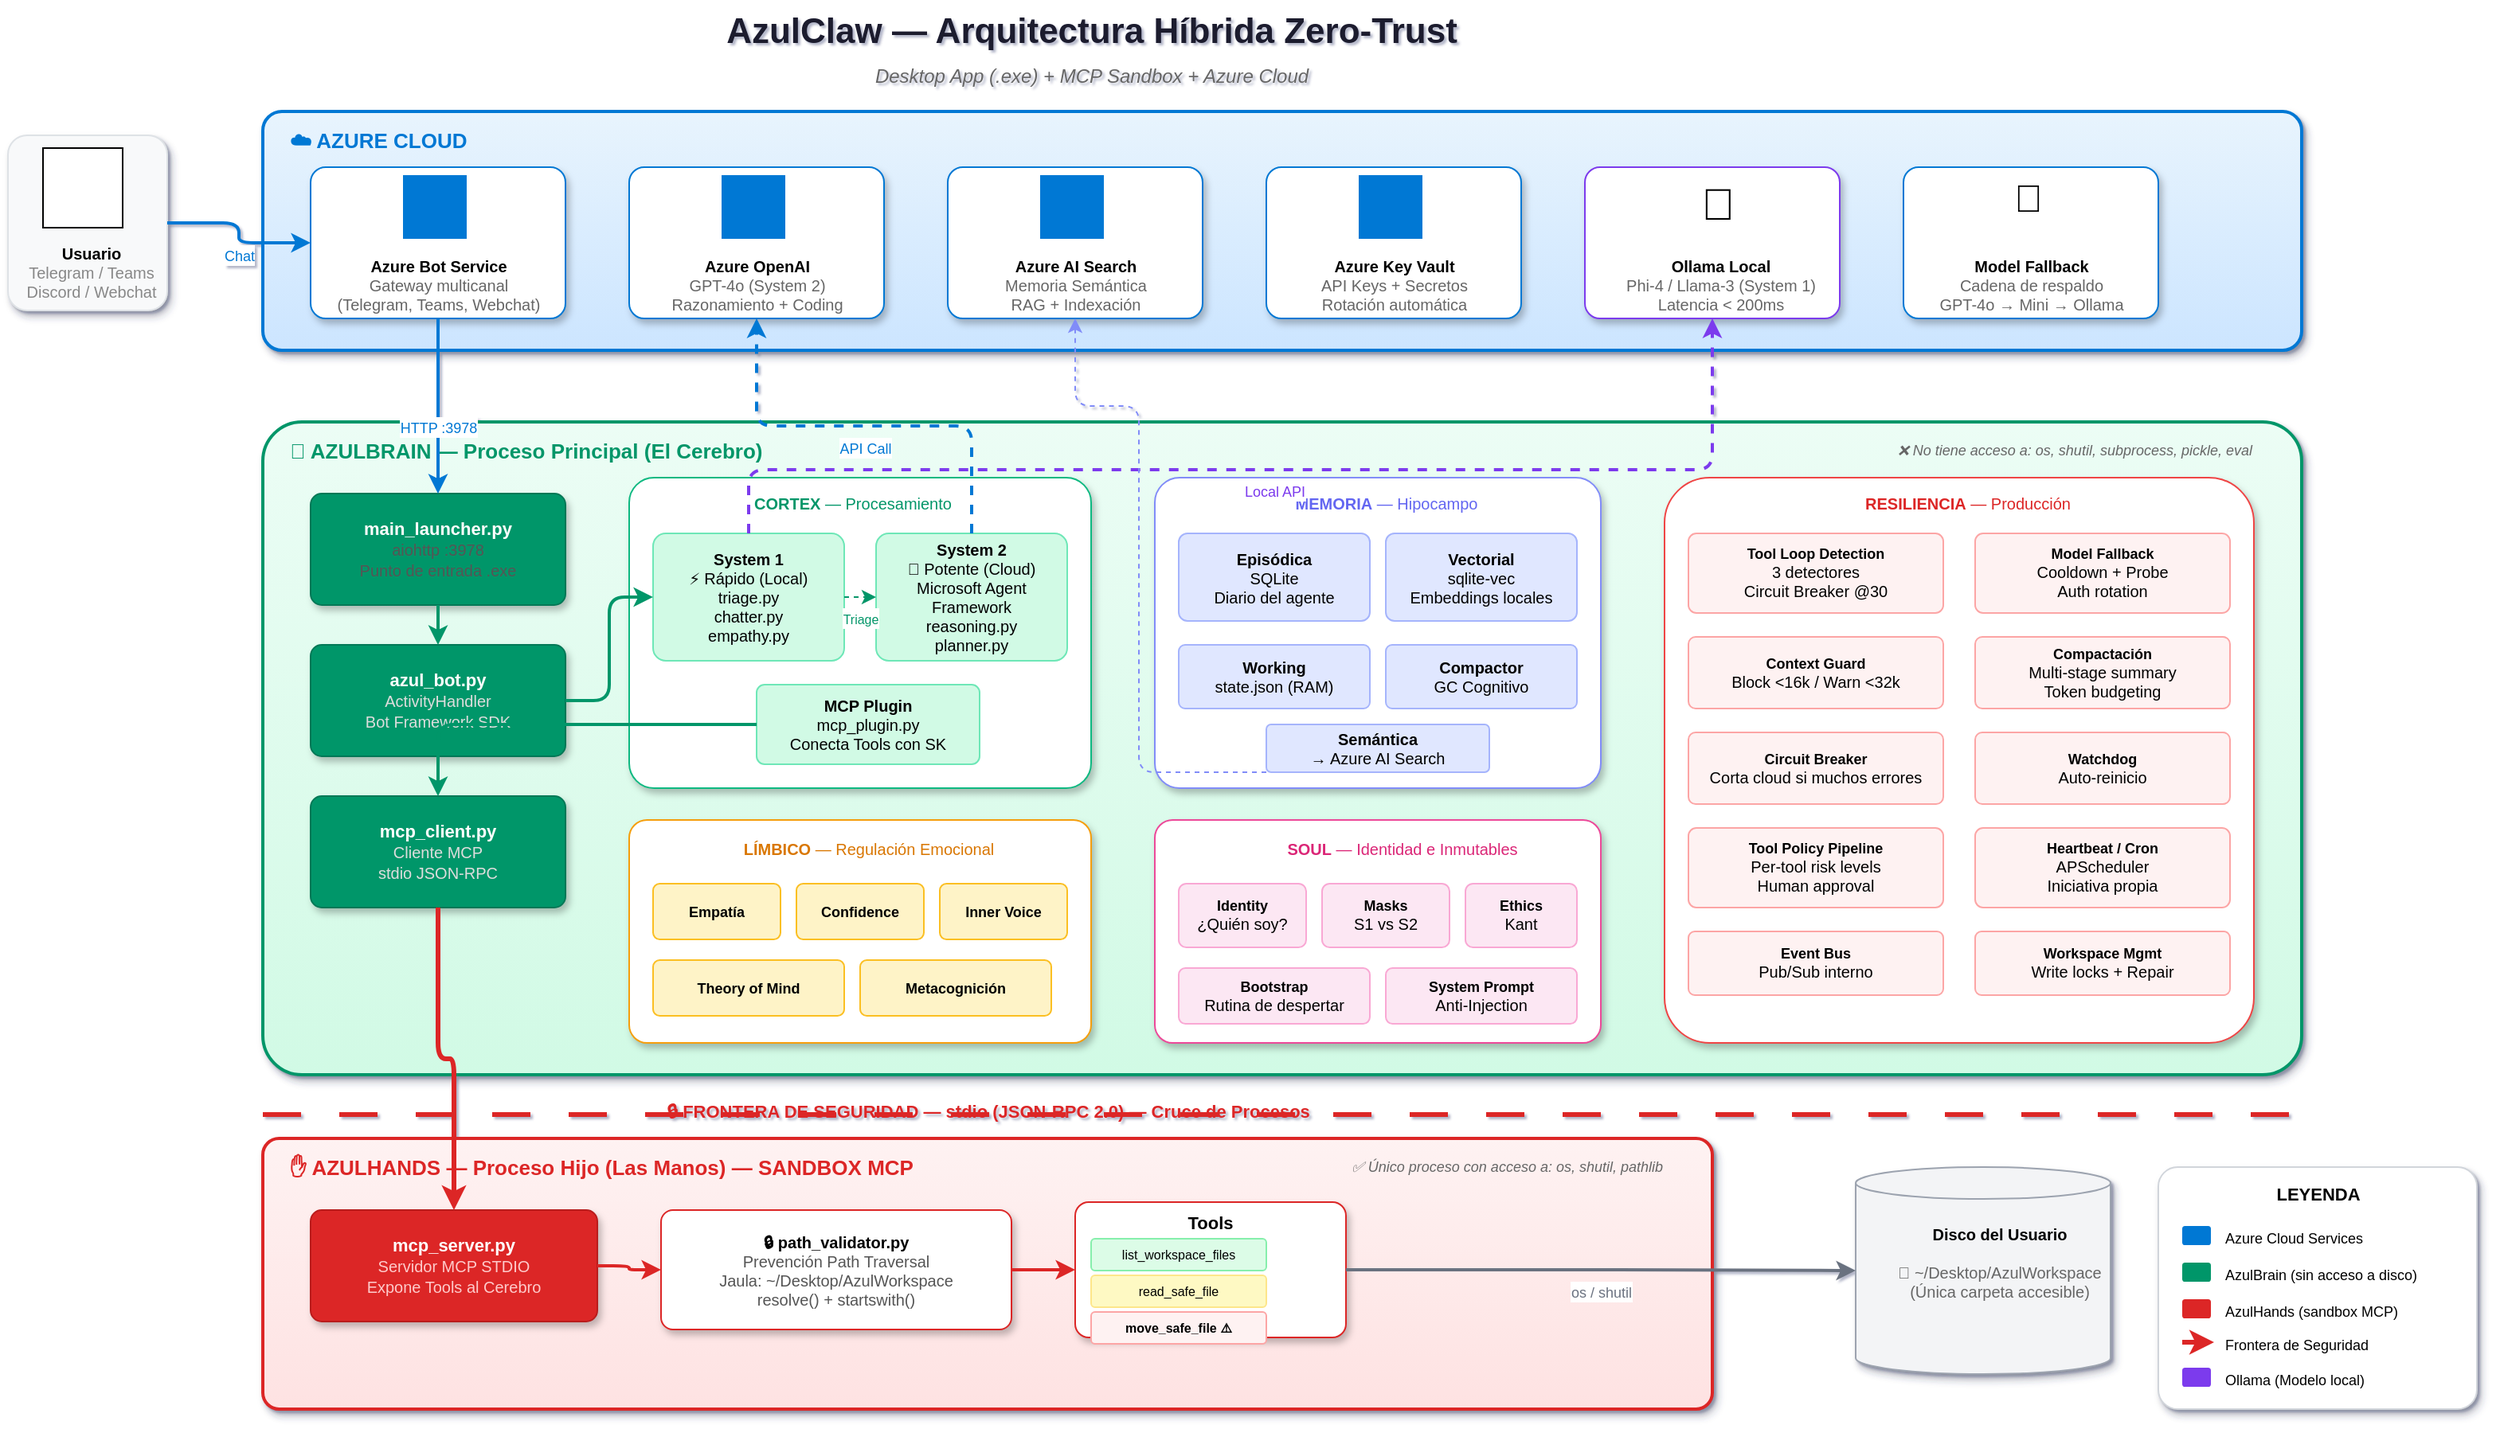
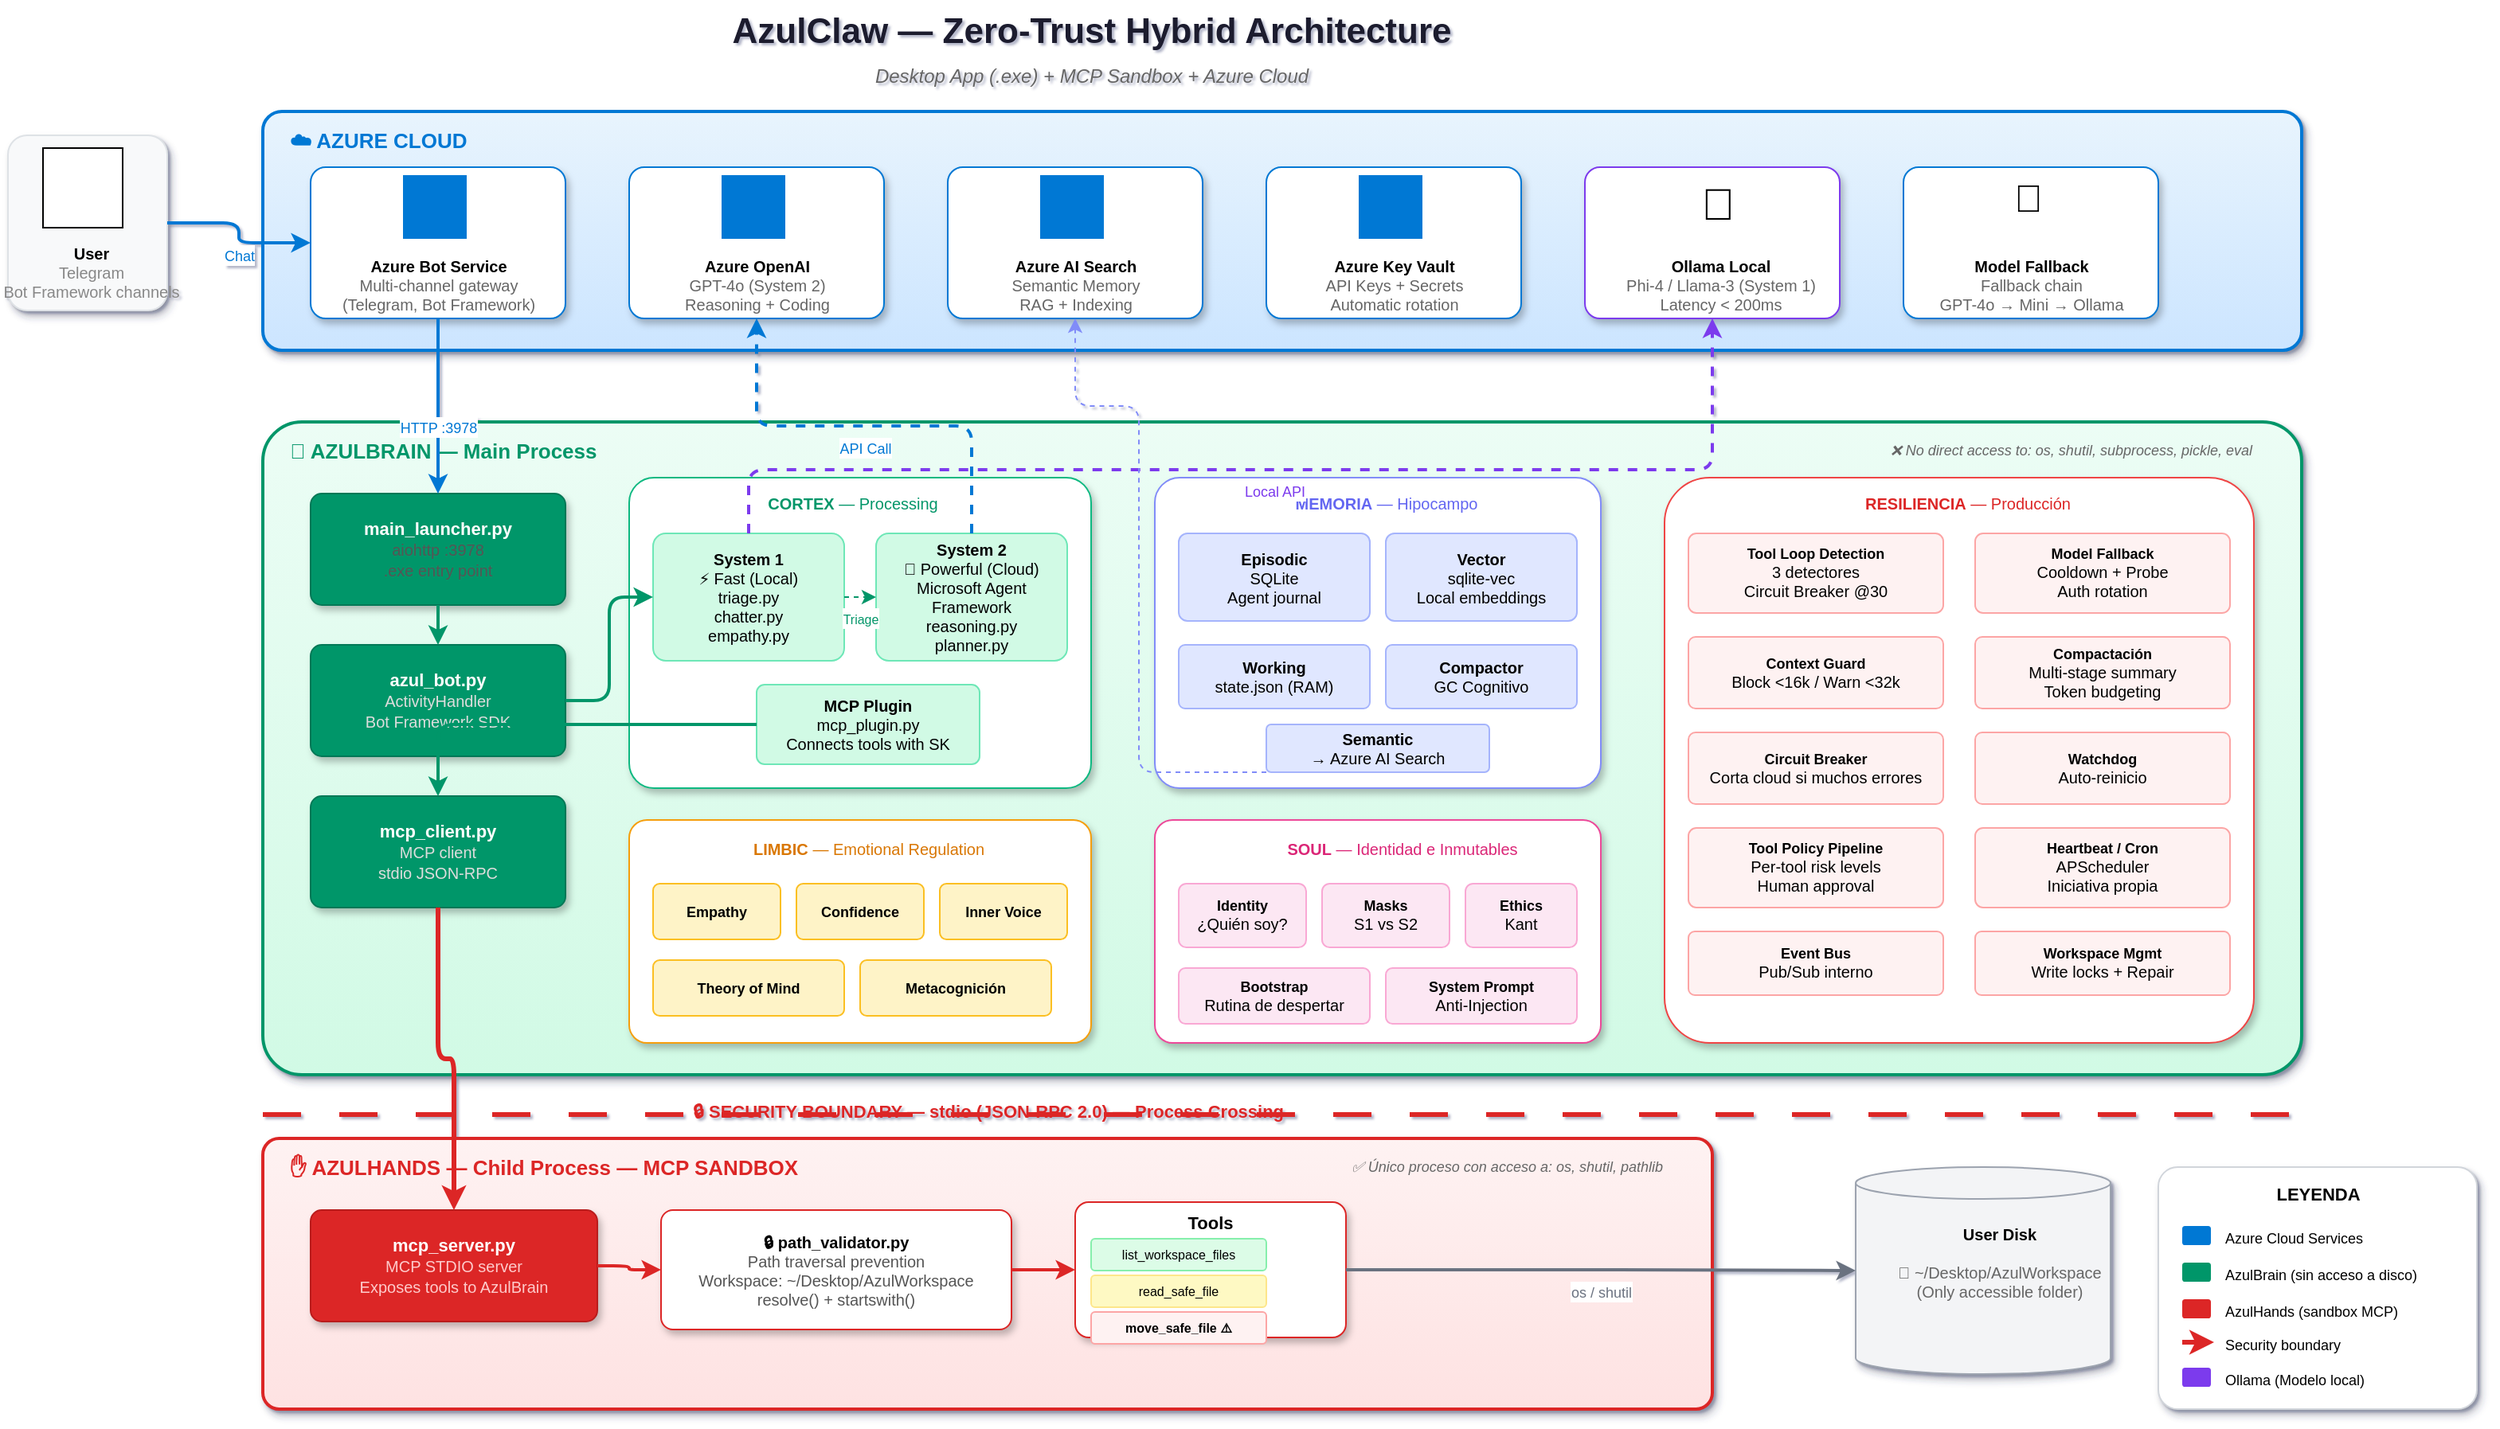
﻿<mxfile host="app.diagrams.net" modified="2026-02-23T19:00:00.000Z" agent="AzulClaw" version="24.0.0" type="device">
-   <diagram id="azulclaw-v2" name="Arquitectura AzulClaw v2">
+   <diagram id="azulclaw-v2" name="AzulClaw Architecture v2">
    <mxGraphModel dx="1550" dy="880" grid="1" gridSize="10" guides="1" tooltips="1" connect="1" arrows="1" fold="1" page="1" pageScale="1" pageWidth="1700" pageHeight="1200" math="0" shadow="1">
      <root>
        <mxCell id="0" />
        <mxCell id="1" parent="0" />

-         <!-- ==================== TITULO ==================== -->
-         <mxCell id="title" value="AzulClaw — Arquitectura Híbrida Zero-Trust" style="text;html=1;align=center;verticalAlign=middle;resizable=0;points=[];autosize=1;strokeColor=none;fillColor=none;fontSize=22;fontStyle=1;fontColor=#1a1a2e;" vertex="1" parent="1">
+         <!-- ==================== TITLE ==================== -->
+         <mxCell id="title" value="AzulClaw — Zero-Trust Hybrid Architecture" style="text;html=1;align=center;verticalAlign=middle;resizable=0;points=[];autosize=1;strokeColor=none;fillColor=none;fontSize=22;fontStyle=1;fontColor=#1a1a2e;" vertex="1" parent="1">
          <mxGeometry x="470" y="15" width="500" height="40" as="geometry" />
        </mxCell>
        <mxCell id="subtitle" value="Desktop App (.exe) + MCP Sandbox + Azure Cloud" style="text;html=1;align=center;verticalAlign=middle;resizable=0;points=[];autosize=1;strokeColor=none;fillColor=none;fontSize=12;fontColor=#666666;fontStyle=2;" vertex="1" parent="1">
          <mxGeometry x="535" y="50" width="370" height="25" as="geometry" />
        </mxCell>

-         <!-- ==================== USUARIO ==================== -->
+         <!-- ==================== USER ==================== -->
        <mxCell id="user_box" value="" style="rounded=1;whiteSpace=wrap;html=1;fillColor=#f8f9fa;strokeColor=#dee2e6;shadow=1;arcSize=12;" vertex="1" parent="1">
          <mxGeometry x="40" y="100" width="100" height="110" as="geometry" />
        </mxCell>
        <mxCell id="user_icon" value="" style="outlineConnect=0;dashed=0;verticalLabelPosition=bottom;verticalAlign=top;align=center;html=1;shape=mxgraph.azure2.user;" vertex="1" parent="1">
          <mxGeometry x="62" y="108" width="50" height="50" as="geometry" />
        </mxCell>
-         <mxCell id="user_label" value="&lt;b&gt;Usuario&lt;/b&gt;&lt;br&gt;&lt;font size=&quot;1&quot; color=&quot;#888&quot;&gt;Telegram / Teams&lt;br&gt;Discord / Webchat&lt;/font&gt;" style="text;html=1;align=center;verticalAlign=top;resizable=0;points=[];autosize=1;strokeColor=none;fillColor=none;fontSize=10;" vertex="1" parent="1">
+         <mxCell id="user_label" value="&lt;b&gt;User&lt;/b&gt;&lt;br&gt;&lt;font size=&quot;1&quot; color=&quot;#888&quot;&gt;Telegram&lt;br&gt;Bot Framework channels&lt;/font&gt;" style="text;html=1;align=center;verticalAlign=top;resizable=0;points=[];autosize=1;strokeColor=none;fillColor=none;fontSize=10;" vertex="1" parent="1">
          <mxGeometry x="42" y="162" width="100" height="50" as="geometry" />
        </mxCell>

-         <!-- ==================== CAPA 1: AZURE CLOUD ==================== -->
+         <!-- ==================== LAYER 1: AZURE CLOUD ==================== -->
        <mxCell id="cloud_bg" value="" style="rounded=1;whiteSpace=wrap;html=1;fillColor=#e8f4fd;strokeColor=#0078D4;shadow=1;arcSize=8;strokeWidth=2;gradientColor=#cce5ff;gradientDirection=south;" vertex="1" parent="1">
          <mxGeometry x="200" y="85" width="1280" height="150" as="geometry" />
        </mxCell>
        <mxCell id="cloud_label" value="&lt;font color=&quot;#0078D4&quot;&gt;☁️ AZURE CLOUD&lt;/font&gt;" style="text;html=1;align=left;verticalAlign=middle;resizable=0;points=[];autosize=1;strokeColor=none;fillColor=none;fontSize=13;fontStyle=1;" vertex="1" parent="1">
          <mxGeometry x="215" y="90" width="140" height="25" as="geometry" />
        </mxCell>

        <!-- Azure Bot Service -->
        <mxCell id="az_bot_bg" value="" style="rounded=1;whiteSpace=wrap;html=1;fillColor=#ffffff;strokeColor=#0078D4;shadow=1;arcSize=10;" vertex="1" parent="1">
          <mxGeometry x="230" y="120" width="160" height="95" as="geometry" />
        </mxCell>
        <mxCell id="az_bot_icon" value="" style="outlineConnect=0;dashed=0;verticalLabelPosition=bottom;verticalAlign=top;align=center;html=1;shape=mxgraph.azure2.ai_machine_learning.Bot_Services;fillColor=#0078D4;strokeColor=none;" vertex="1" parent="1">
          <mxGeometry x="288" y="125" width="40" height="40" as="geometry" />
        </mxCell>
-         <mxCell id="az_bot_text" value="&lt;b&gt;Azure Bot Service&lt;/b&gt;&lt;br&gt;&lt;font size=&quot;1&quot; color=&quot;#666&quot;&gt;Gateway multicanal&lt;br&gt;(Telegram, Teams, Webchat)&lt;/font&gt;" style="text;html=1;align=center;verticalAlign=top;resizable=0;points=[];autosize=1;strokeColor=none;fillColor=none;fontSize=10;" vertex="1" parent="1">
+         <mxCell id="az_bot_text" value="&lt;b&gt;Azure Bot Service&lt;/b&gt;&lt;br&gt;&lt;font size=&quot;1&quot; color=&quot;#666&quot;&gt;Multi-channel gateway&lt;br&gt;(Telegram, Bot Framework)&lt;/font&gt;" style="text;html=1;align=center;verticalAlign=top;resizable=0;points=[];autosize=1;strokeColor=none;fillColor=none;fontSize=10;" vertex="1" parent="1">
          <mxGeometry x="240" y="170" width="140" height="45" as="geometry" />
        </mxCell>

        <!-- Azure OpenAI -->
        <mxCell id="az_oai_bg" value="" style="rounded=1;whiteSpace=wrap;html=1;fillColor=#ffffff;strokeColor=#0078D4;shadow=1;arcSize=10;" vertex="1" parent="1">
          <mxGeometry x="430" y="120" width="160" height="95" as="geometry" />
        </mxCell>
        <mxCell id="az_oai_icon" value="" style="outlineConnect=0;dashed=0;verticalLabelPosition=bottom;verticalAlign=top;align=center;html=1;shape=mxgraph.azure2.ai_machine_learning.Cognitive_Services;fillColor=#0078D4;strokeColor=none;" vertex="1" parent="1">
          <mxGeometry x="488" y="125" width="40" height="40" as="geometry" />
        </mxCell>
-         <mxCell id="az_oai_text" value="&lt;b&gt;Azure OpenAI&lt;/b&gt;&lt;br&gt;&lt;font size=&quot;1&quot; color=&quot;#666&quot;&gt;GPT-4o (System 2)&lt;br&gt;Razonamiento + Coding&lt;/font&gt;" style="text;html=1;align=center;verticalAlign=top;resizable=0;points=[];autosize=1;strokeColor=none;fillColor=none;fontSize=10;" vertex="1" parent="1">
+         <mxCell id="az_oai_text" value="&lt;b&gt;Azure OpenAI&lt;/b&gt;&lt;br&gt;&lt;font size=&quot;1&quot; color=&quot;#666&quot;&gt;GPT-4o (System 2)&lt;br&gt;Reasoning + Coding&lt;/font&gt;" style="text;html=1;align=center;verticalAlign=top;resizable=0;points=[];autosize=1;strokeColor=none;fillColor=none;fontSize=10;" vertex="1" parent="1">
          <mxGeometry x="440" y="170" width="140" height="45" as="geometry" />
        </mxCell>

        <!-- Azure AI Search -->
        <mxCell id="az_search_bg" value="" style="rounded=1;whiteSpace=wrap;html=1;fillColor=#ffffff;strokeColor=#0078D4;shadow=1;arcSize=10;" vertex="1" parent="1">
          <mxGeometry x="630" y="120" width="160" height="95" as="geometry" />
        </mxCell>
        <mxCell id="az_search_icon" value="" style="outlineConnect=0;dashed=0;verticalLabelPosition=bottom;verticalAlign=top;align=center;html=1;shape=mxgraph.azure2.ai_machine_learning.Cognitive_Search;fillColor=#0078D4;strokeColor=none;" vertex="1" parent="1">
          <mxGeometry x="688" y="125" width="40" height="40" as="geometry" />
        </mxCell>
-         <mxCell id="az_search_text" value="&lt;b&gt;Azure AI Search&lt;/b&gt;&lt;br&gt;&lt;font size=&quot;1&quot; color=&quot;#666&quot;&gt;Memoria Semántica&lt;br&gt;RAG + Indexación&lt;/font&gt;" style="text;html=1;align=center;verticalAlign=top;resizable=0;points=[];autosize=1;strokeColor=none;fillColor=none;fontSize=10;" vertex="1" parent="1">
+         <mxCell id="az_search_text" value="&lt;b&gt;Azure AI Search&lt;/b&gt;&lt;br&gt;&lt;font size=&quot;1&quot; color=&quot;#666&quot;&gt;Semantic Memory&lt;br&gt;RAG + Indexing&lt;/font&gt;" style="text;html=1;align=center;verticalAlign=top;resizable=0;points=[];autosize=1;strokeColor=none;fillColor=none;fontSize=10;" vertex="1" parent="1">
          <mxGeometry x="645" y="170" width="130" height="45" as="geometry" />
        </mxCell>

        <!-- Azure Key Vault -->
        <mxCell id="az_kv_bg" value="" style="rounded=1;whiteSpace=wrap;html=1;fillColor=#ffffff;strokeColor=#0078D4;shadow=1;arcSize=10;" vertex="1" parent="1">
          <mxGeometry x="830" y="120" width="160" height="95" as="geometry" />
        </mxCell>
        <mxCell id="az_kv_icon" value="" style="outlineConnect=0;dashed=0;verticalLabelPosition=bottom;verticalAlign=top;align=center;html=1;shape=mxgraph.azure2.security.Key_Vaults;fillColor=#0078D4;strokeColor=none;" vertex="1" parent="1">
          <mxGeometry x="888" y="125" width="40" height="40" as="geometry" />
        </mxCell>
-         <mxCell id="az_kv_text" value="&lt;b&gt;Azure Key Vault&lt;/b&gt;&lt;br&gt;&lt;font size=&quot;1&quot; color=&quot;#666&quot;&gt;API Keys + Secretos&lt;br&gt;Rotación automática&lt;/font&gt;" style="text;html=1;align=center;verticalAlign=top;resizable=0;points=[];autosize=1;strokeColor=none;fillColor=none;fontSize=10;" vertex="1" parent="1">
+         <mxCell id="az_kv_text" value="&lt;b&gt;Azure Key Vault&lt;/b&gt;&lt;br&gt;&lt;font size=&quot;1&quot; color=&quot;#666&quot;&gt;API Keys + Secrets&lt;br&gt;Automatic rotation&lt;/font&gt;" style="text;html=1;align=center;verticalAlign=top;resizable=0;points=[];autosize=1;strokeColor=none;fillColor=none;fontSize=10;" vertex="1" parent="1">
          <mxGeometry x="840" y="170" width="140" height="45" as="geometry" />
        </mxCell>

        <!-- Ollama Local -->
        <mxCell id="ollama_bg" value="" style="rounded=1;whiteSpace=wrap;html=1;fillColor=#ffffff;strokeColor=#7c3aed;shadow=1;arcSize=10;" vertex="1" parent="1">
          <mxGeometry x="1030" y="120" width="160" height="95" as="geometry" />
        </mxCell>
        <mxCell id="ollama_icon" value="🦙" style="text;html=1;align=center;verticalAlign=middle;resizable=0;points=[];autosize=1;strokeColor=none;fillColor=none;fontSize=28;" vertex="1" parent="1">
          <mxGeometry x="1088" y="120" width="50" height="45" as="geometry" />
        </mxCell>
-         <mxCell id="ollama_text" value="&lt;b&gt;Ollama Local&lt;/b&gt;&lt;br&gt;&lt;font size=&quot;1&quot; color=&quot;#666&quot;&gt;Phi-4 / Llama-3 (System 1)&lt;br&gt;Latencia &amp;lt; 200ms&lt;/font&gt;" style="text;html=1;align=center;verticalAlign=top;resizable=0;points=[];autosize=1;strokeColor=none;fillColor=none;fontSize=10;" vertex="1" parent="1">
+         <mxCell id="ollama_text" value="&lt;b&gt;Ollama Local&lt;/b&gt;&lt;br&gt;&lt;font size=&quot;1&quot; color=&quot;#666&quot;&gt;Phi-4 / Llama-3 (System 1)&lt;br&gt;Latency &amp;lt; 200ms&lt;/font&gt;" style="text;html=1;align=center;verticalAlign=top;resizable=0;points=[];autosize=1;strokeColor=none;fillColor=none;fontSize=10;" vertex="1" parent="1">
          <mxGeometry x="1040" y="170" width="150" height="45" as="geometry" />
        </mxCell>

        <!-- Model Fallback -->
        <mxCell id="fallback_bg" value="" style="rounded=1;whiteSpace=wrap;html=1;fillColor=#ffffff;strokeColor=#0078D4;shadow=1;arcSize=10;" vertex="1" parent="1">
          <mxGeometry x="1230" y="120" width="160" height="95" as="geometry" />
        </mxCell>
        <mxCell id="fallback_icon" value="🔄" style="text;html=1;align=center;verticalAlign=middle;resizable=0;points=[];autosize=1;strokeColor=none;fillColor=none;fontSize=24;" vertex="1" parent="1">
          <mxGeometry x="1288" y="120" width="40" height="40" as="geometry" />
        </mxCell>
-         <mxCell id="fallback_text" value="&lt;b&gt;Model Fallback&lt;/b&gt;&lt;br&gt;&lt;font size=&quot;1&quot; color=&quot;#666&quot;&gt;Cadena de respaldo&lt;br&gt;GPT-4o → Mini → Ollama&lt;/font&gt;" style="text;html=1;align=center;verticalAlign=top;resizable=0;points=[];autosize=1;strokeColor=none;fillColor=none;fontSize=10;" vertex="1" parent="1">
+         <mxCell id="fallback_text" value="&lt;b&gt;Model Fallback&lt;/b&gt;&lt;br&gt;&lt;font size=&quot;1&quot; color=&quot;#666&quot;&gt;Fallback chain&lt;br&gt;GPT-4o → Mini → Ollama&lt;/font&gt;" style="text;html=1;align=center;verticalAlign=top;resizable=0;points=[];autosize=1;strokeColor=none;fillColor=none;fontSize=10;" vertex="1" parent="1">
          <mxGeometry x="1240" y="170" width="140" height="45" as="geometry" />
        </mxCell>

-         <!-- ==================== CAPA 2: AZULBRAIN (PROCESO PRINCIPAL) ==================== -->
+         <!-- ==================== LAYER 2: AZULBRAIN (MAIN PROCESS) ==================== -->
        <mxCell id="brain_bg" value="" style="rounded=1;whiteSpace=wrap;html=1;fillColor=#ecfdf5;strokeColor=#059669;shadow=1;arcSize=6;strokeWidth=2;gradientColor=#d1fae5;gradientDirection=south;" vertex="1" parent="1">
          <mxGeometry x="200" y="280" width="1280" height="410" as="geometry" />
        </mxCell>
-         <mxCell id="brain_label" value="&lt;font color=&quot;#059669&quot;&gt;🧠 AZULBRAIN — Proceso Principal (El Cerebro)&lt;/font&gt;" style="text;html=1;align=left;verticalAlign=middle;resizable=0;points=[];autosize=1;strokeColor=none;fillColor=none;fontSize=13;fontStyle=1;" vertex="1" parent="1">
+         <mxCell id="brain_label" value="&lt;font color=&quot;#059669&quot;&gt;🧠 AZULBRAIN — Main Process&lt;/font&gt;" style="text;html=1;align=left;verticalAlign=middle;resizable=0;points=[];autosize=1;strokeColor=none;fillColor=none;fontSize=13;fontStyle=1;" vertex="1" parent="1">
          <mxGeometry x="215" y="285" width="360" height="25" as="geometry" />
        </mxCell>
-         <mxCell id="brain_note" value="&lt;font color=&quot;#666&quot;&gt;❌ No tiene acceso a: os, shutil, subprocess, pickle, eval&lt;/font&gt;" style="text;html=1;align=right;verticalAlign=middle;resizable=0;points=[];autosize=1;strokeColor=none;fillColor=none;fontSize=9;fontStyle=2;" vertex="1" parent="1">
+         <mxCell id="brain_note" value="&lt;font color=&quot;#666&quot;&gt;❌ No direct access to: os, shutil, subprocess, pickle, eval&lt;/font&gt;" style="text;html=1;align=right;verticalAlign=middle;resizable=0;points=[];autosize=1;strokeColor=none;fillColor=none;fontSize=9;fontStyle=2;" vertex="1" parent="1">
          <mxGeometry x="1110" y="285" width="340" height="25" as="geometry" />
        </mxCell>

        <!-- Entry Point Row -->
-         <mxCell id="entry_launcher" value="&lt;b&gt;main_launcher.py&lt;/b&gt;&lt;br&gt;&lt;font size=&quot;1&quot; color=&quot;#555&quot;&gt;aiohttp :3978&lt;br&gt;Punto de entrada .exe&lt;/font&gt;" style="rounded=1;whiteSpace=wrap;html=1;fillColor=#059669;fontColor=#ffffff;strokeColor=#047857;shadow=1;arcSize=10;fontSize=11;" vertex="1" parent="1">
+         <mxCell id="entry_launcher" value="&lt;b&gt;main_launcher.py&lt;/b&gt;&lt;br&gt;&lt;font size=&quot;1&quot; color=&quot;#555&quot;&gt;aiohttp :3978&lt;br&gt;.exe entry point&lt;/font&gt;" style="rounded=1;whiteSpace=wrap;html=1;fillColor=#059669;fontColor=#ffffff;strokeColor=#047857;shadow=1;arcSize=10;fontSize=11;" vertex="1" parent="1">
          <mxGeometry x="230" y="325" width="160" height="70" as="geometry" />
        </mxCell>

        <mxCell id="entry_bot" value="&lt;b&gt;azul_bot.py&lt;/b&gt;&lt;br&gt;&lt;font size=&quot;1&quot; color=&quot;#ddd&quot;&gt;ActivityHandler&lt;br&gt;Bot Framework SDK&lt;/font&gt;" style="rounded=1;whiteSpace=wrap;html=1;fillColor=#059669;fontColor=#ffffff;strokeColor=#047857;shadow=1;arcSize=10;fontSize=11;" vertex="1" parent="1">
          <mxGeometry x="230" y="420" width="160" height="70" as="geometry" />
        </mxCell>

-         <mxCell id="entry_mcpclient" value="&lt;b&gt;mcp_client.py&lt;/b&gt;&lt;br&gt;&lt;font size=&quot;1&quot; color=&quot;#ddd&quot;&gt;Cliente MCP&lt;br&gt;stdio JSON-RPC&lt;/font&gt;" style="rounded=1;whiteSpace=wrap;html=1;fillColor=#059669;fontColor=#ffffff;strokeColor=#047857;shadow=1;arcSize=10;fontSize=11;" vertex="1" parent="1">
+         <mxCell id="entry_mcpclient" value="&lt;b&gt;mcp_client.py&lt;/b&gt;&lt;br&gt;&lt;font size=&quot;1&quot; color=&quot;#ddd&quot;&gt;MCP client&lt;br&gt;stdio JSON-RPC&lt;/font&gt;" style="rounded=1;whiteSpace=wrap;html=1;fillColor=#059669;fontColor=#ffffff;strokeColor=#047857;shadow=1;arcSize=10;fontSize=11;" vertex="1" parent="1">
          <mxGeometry x="230" y="515" width="160" height="70" as="geometry" />
        </mxCell>

        <!-- CORTEX -->
        <mxCell id="cortex_bg" value="" style="rounded=1;whiteSpace=wrap;html=1;fillColor=#ffffff;strokeColor=#10b981;shadow=1;arcSize=8;strokeWidth=1;" vertex="1" parent="1">
          <mxGeometry x="430" y="315" width="290" height="195" as="geometry" />
        </mxCell>
-         <mxCell id="cortex_label" value="&lt;font color=&quot;#059669&quot;&gt;&lt;b&gt;CORTEX&lt;/b&gt; — Procesamiento&lt;/font&gt;" style="text;html=1;align=center;verticalAlign=middle;resizable=0;points=[];autosize=1;strokeColor=none;fillColor=none;fontSize=10;" vertex="1" parent="1">
+         <mxCell id="cortex_label" value="&lt;font color=&quot;#059669&quot;&gt;&lt;b&gt;CORTEX&lt;/b&gt; — Processing&lt;/font&gt;" style="text;html=1;align=center;verticalAlign=middle;resizable=0;points=[];autosize=1;strokeColor=none;fillColor=none;fontSize=10;" vertex="1" parent="1">
          <mxGeometry x="490" y="318" width="160" height="25" as="geometry" />
        </mxCell>

-         <mxCell id="cortex_s1" value="&lt;b&gt;System 1&lt;/b&gt;&lt;br&gt;&lt;font size=&quot;1&quot;&gt;⚡ Rápido (Local)&lt;br&gt;triage.py&lt;br&gt;chatter.py&lt;br&gt;empathy.py&lt;/font&gt;" style="rounded=1;whiteSpace=wrap;html=1;fillColor=#d1fae5;strokeColor=#6ee7b7;shadow=0;arcSize=10;fontSize=10;" vertex="1" parent="1">
+         <mxCell id="cortex_s1" value="&lt;b&gt;System 1&lt;/b&gt;&lt;br&gt;&lt;font size=&quot;1&quot;&gt;⚡ Fast (Local)&lt;br&gt;triage.py&lt;br&gt;chatter.py&lt;br&gt;empathy.py&lt;/font&gt;" style="rounded=1;whiteSpace=wrap;html=1;fillColor=#d1fae5;strokeColor=#6ee7b7;shadow=0;arcSize=10;fontSize=10;" vertex="1" parent="1">
          <mxGeometry x="445" y="350" width="120" height="80" as="geometry" />
        </mxCell>

-         <mxCell id="cortex_s2" value="&lt;b&gt;System 2&lt;/b&gt;&lt;br&gt;&lt;font size=&quot;1&quot;&gt;🧪 Potente (Cloud)&lt;br&gt;Microsoft Agent Framework&lt;br&gt;reasoning.py&lt;br&gt;planner.py&lt;/font&gt;" style="rounded=1;whiteSpace=wrap;html=1;fillColor=#d1fae5;strokeColor=#6ee7b7;shadow=0;arcSize=10;fontSize=10;" vertex="1" parent="1">
+         <mxCell id="cortex_s2" value="&lt;b&gt;System 2&lt;/b&gt;&lt;br&gt;&lt;font size=&quot;1&quot;&gt;🧪 Powerful (Cloud)&lt;br&gt;Microsoft Agent Framework&lt;br&gt;reasoning.py&lt;br&gt;planner.py&lt;/font&gt;" style="rounded=1;whiteSpace=wrap;html=1;fillColor=#d1fae5;strokeColor=#6ee7b7;shadow=0;arcSize=10;fontSize=10;" vertex="1" parent="1">
          <mxGeometry x="585" y="350" width="120" height="80" as="geometry" />
        </mxCell>

-         <mxCell id="cortex_plugin" value="&lt;b&gt;MCP Plugin&lt;/b&gt;&lt;br&gt;&lt;font size=&quot;1&quot;&gt;mcp_plugin.py&lt;br&gt;Conecta Tools con SK&lt;/font&gt;" style="rounded=1;whiteSpace=wrap;html=1;fillColor=#d1fae5;strokeColor=#6ee7b7;shadow=0;arcSize=10;fontSize=10;" vertex="1" parent="1">
+         <mxCell id="cortex_plugin" value="&lt;b&gt;MCP Plugin&lt;/b&gt;&lt;br&gt;&lt;font size=&quot;1&quot;&gt;mcp_plugin.py&lt;br&gt;Connects tools with SK&lt;/font&gt;" style="rounded=1;whiteSpace=wrap;html=1;fillColor=#d1fae5;strokeColor=#6ee7b7;shadow=0;arcSize=10;fontSize=10;" vertex="1" parent="1">
          <mxGeometry x="510" y="445" width="140" height="50" as="geometry" />
        </mxCell>

        <!-- MEMORY -->
        <mxCell id="mem_bg" value="" style="rounded=1;whiteSpace=wrap;html=1;fillColor=#ffffff;strokeColor=#818cf8;shadow=1;arcSize=8;strokeWidth=1;" vertex="1" parent="1">
          <mxGeometry x="760" y="315" width="280" height="195" as="geometry" />
        </mxCell>
        <mxCell id="mem_label" value="&lt;font color=&quot;#6366f1&quot;&gt;&lt;b&gt;MEMORIA&lt;/b&gt; — Hipocampo&lt;/font&gt;" style="text;html=1;align=center;verticalAlign=middle;resizable=0;points=[];autosize=1;strokeColor=none;fillColor=none;fontSize=10;" vertex="1" parent="1">
          <mxGeometry x="830" y="318" width="150" height="25" as="geometry" />
        </mxCell>

-         <mxCell id="mem_epi" value="&lt;b&gt;Episódica&lt;/b&gt;&lt;br&gt;&lt;font size=&quot;1&quot;&gt;SQLite&lt;br&gt;Diario del agente&lt;/font&gt;" style="rounded=1;whiteSpace=wrap;html=1;fillColor=#e0e7ff;strokeColor=#a5b4fc;shadow=0;arcSize=10;fontSize=10;" vertex="1" parent="1">
+         <mxCell id="mem_epi" value="&lt;b&gt;Episodic&lt;/b&gt;&lt;br&gt;&lt;font size=&quot;1&quot;&gt;SQLite&lt;br&gt;Agent journal&lt;/font&gt;" style="rounded=1;whiteSpace=wrap;html=1;fillColor=#e0e7ff;strokeColor=#a5b4fc;shadow=0;arcSize=10;fontSize=10;" vertex="1" parent="1">
          <mxGeometry x="775" y="350" width="120" height="55" as="geometry" />
        </mxCell>

-         <mxCell id="mem_vec" value="&lt;b&gt;Vectorial&lt;/b&gt;&lt;br&gt;&lt;font size=&quot;1&quot;&gt;sqlite-vec&lt;br&gt;Embeddings locales&lt;/font&gt;" style="rounded=1;whiteSpace=wrap;html=1;fillColor=#e0e7ff;strokeColor=#a5b4fc;shadow=0;arcSize=10;fontSize=10;" vertex="1" parent="1">
+         <mxCell id="mem_vec" value="&lt;b&gt;Vector&lt;/b&gt;&lt;br&gt;&lt;font size=&quot;1&quot;&gt;sqlite-vec&lt;br&gt;Local embeddings&lt;/font&gt;" style="rounded=1;whiteSpace=wrap;html=1;fillColor=#e0e7ff;strokeColor=#a5b4fc;shadow=0;arcSize=10;fontSize=10;" vertex="1" parent="1">
          <mxGeometry x="905" y="350" width="120" height="55" as="geometry" />
        </mxCell>

        <mxCell id="mem_work" value="&lt;b&gt;Working&lt;/b&gt;&lt;br&gt;&lt;font size=&quot;1&quot;&gt;state.json (RAM)&lt;/font&gt;" style="rounded=1;whiteSpace=wrap;html=1;fillColor=#e0e7ff;strokeColor=#a5b4fc;shadow=0;arcSize=10;fontSize=10;" vertex="1" parent="1">
          <mxGeometry x="775" y="420" width="120" height="40" as="geometry" />
        </mxCell>

        <mxCell id="mem_compact" value="&lt;b&gt;Compactor&lt;/b&gt;&lt;br&gt;&lt;font size=&quot;1&quot;&gt;GC Cognitivo&lt;/font&gt;" style="rounded=1;whiteSpace=wrap;html=1;fillColor=#e0e7ff;strokeColor=#a5b4fc;shadow=0;arcSize=10;fontSize=10;" vertex="1" parent="1">
          <mxGeometry x="905" y="420" width="120" height="40" as="geometry" />
        </mxCell>

-         <mxCell id="mem_semantic" value="&lt;b&gt;Semántica&lt;/b&gt;&lt;br&gt;&lt;font size=&quot;1&quot;&gt;→ Azure AI Search&lt;/font&gt;" style="rounded=1;whiteSpace=wrap;html=1;fillColor=#e0e7ff;strokeColor=#a5b4fc;shadow=0;arcSize=10;fontSize=10;" vertex="1" parent="1">
+         <mxCell id="mem_semantic" value="&lt;b&gt;Semantic&lt;/b&gt;&lt;br&gt;&lt;font size=&quot;1&quot;&gt;→ Azure AI Search&lt;/font&gt;" style="rounded=1;whiteSpace=wrap;html=1;fillColor=#e0e7ff;strokeColor=#a5b4fc;shadow=0;arcSize=10;fontSize=10;" vertex="1" parent="1">
          <mxGeometry x="830" y="470" width="140" height="30" as="geometry" />
        </mxCell>

        <!-- LIMBIC + SOUL Row -->
        <mxCell id="limbic_bg" value="" style="rounded=1;whiteSpace=wrap;html=1;fillColor=#ffffff;strokeColor=#f59e0b;shadow=1;arcSize=8;strokeWidth=1;" vertex="1" parent="1">
          <mxGeometry x="430" y="530" width="290" height="140" as="geometry" />
        </mxCell>
-         <mxCell id="limbic_label" value="&lt;font color=&quot;#d97706&quot;&gt;&lt;b&gt;LÍMBICO&lt;/b&gt; — Regulación Emocional&lt;/font&gt;" style="text;html=1;align=center;verticalAlign=middle;resizable=0;points=[];autosize=1;strokeColor=none;fillColor=none;fontSize=10;" vertex="1" parent="1">
+         <mxCell id="limbic_label" value="&lt;font color=&quot;#d97706&quot;&gt;&lt;b&gt;LIMBIC&lt;/b&gt; — Emotional Regulation&lt;/font&gt;" style="text;html=1;align=center;verticalAlign=middle;resizable=0;points=[];autosize=1;strokeColor=none;fillColor=none;fontSize=10;" vertex="1" parent="1">
          <mxGeometry x="470" y="535" width="220" height="25" as="geometry" />
        </mxCell>
-         <mxCell id="lim_empathy" value="Empatía" style="rounded=1;whiteSpace=wrap;html=1;fillColor=#fef3c7;strokeColor=#fbbf24;shadow=0;arcSize=12;fontSize=9;fontStyle=1;" vertex="1" parent="1">
+         <mxCell id="lim_empathy" value="Empathy" style="rounded=1;whiteSpace=wrap;html=1;fillColor=#fef3c7;strokeColor=#fbbf24;shadow=0;arcSize=12;fontSize=9;fontStyle=1;" vertex="1" parent="1">
          <mxGeometry x="445" y="570" width="80" height="35" as="geometry" />
        </mxCell>
        <mxCell id="lim_conf" value="Confidence" style="rounded=1;whiteSpace=wrap;html=1;fillColor=#fef3c7;strokeColor=#fbbf24;shadow=0;arcSize=12;fontSize=9;fontStyle=1;" vertex="1" parent="1">
          <mxGeometry x="535" y="570" width="80" height="35" as="geometry" />
        </mxCell>
        <mxCell id="lim_voice" value="Inner Voice" style="rounded=1;whiteSpace=wrap;html=1;fillColor=#fef3c7;strokeColor=#fbbf24;shadow=0;arcSize=12;fontSize=9;fontStyle=1;" vertex="1" parent="1">
          <mxGeometry x="625" y="570" width="80" height="35" as="geometry" />
        </mxCell>
        <mxCell id="lim_mind" value="Theory of Mind" style="rounded=1;whiteSpace=wrap;html=1;fillColor=#fef3c7;strokeColor=#fbbf24;shadow=0;arcSize=12;fontSize=9;fontStyle=1;" vertex="1" parent="1">
          <mxGeometry x="445" y="618" width="120" height="35" as="geometry" />
        </mxCell>
        <mxCell id="lim_meta" value="Metacognición" style="rounded=1;whiteSpace=wrap;html=1;fillColor=#fef3c7;strokeColor=#fbbf24;shadow=0;arcSize=12;fontSize=9;fontStyle=1;" vertex="1" parent="1">
          <mxGeometry x="575" y="618" width="120" height="35" as="geometry" />
        </mxCell>

        <!-- SOUL -->
        <mxCell id="soul_bg" value="" style="rounded=1;whiteSpace=wrap;html=1;fillColor=#ffffff;strokeColor=#ec4899;shadow=1;arcSize=8;strokeWidth=1;" vertex="1" parent="1">
          <mxGeometry x="760" y="530" width="280" height="140" as="geometry" />
        </mxCell>
        <mxCell id="soul_label" value="&lt;font color=&quot;#db2777&quot;&gt;&lt;b&gt;SOUL&lt;/b&gt; — Identidad e Inmutables&lt;/font&gt;" style="text;html=1;align=center;verticalAlign=middle;resizable=0;points=[];autosize=1;strokeColor=none;fillColor=none;fontSize=10;" vertex="1" parent="1">
          <mxGeometry x="815" y="535" width="200" height="25" as="geometry" />
        </mxCell>
        <mxCell id="soul_id" value="&lt;b&gt;Identity&lt;/b&gt;&lt;br&gt;&lt;font size=&quot;1&quot;&gt;¿Quién soy?&lt;/font&gt;" style="rounded=1;whiteSpace=wrap;html=1;fillColor=#fce7f3;strokeColor=#f9a8d4;shadow=0;arcSize=12;fontSize=9;" vertex="1" parent="1">
          <mxGeometry x="775" y="570" width="80" height="40" as="geometry" />
        </mxCell>
        <mxCell id="soul_masks" value="&lt;b&gt;Masks&lt;/b&gt;&lt;br&gt;&lt;font size=&quot;1&quot;&gt;S1 vs S2&lt;/font&gt;" style="rounded=1;whiteSpace=wrap;html=1;fillColor=#fce7f3;strokeColor=#f9a8d4;shadow=0;arcSize=12;fontSize=9;" vertex="1" parent="1">
          <mxGeometry x="865" y="570" width="80" height="40" as="geometry" />
        </mxCell>
        <mxCell id="soul_ethics" value="&lt;b&gt;Ethics&lt;/b&gt;&lt;br&gt;&lt;font size=&quot;1&quot;&gt;Kant&lt;/font&gt;" style="rounded=1;whiteSpace=wrap;html=1;fillColor=#fce7f3;strokeColor=#f9a8d4;shadow=0;arcSize=12;fontSize=9;" vertex="1" parent="1">
          <mxGeometry x="955" y="570" width="70" height="40" as="geometry" />
        </mxCell>
        <mxCell id="soul_boot" value="&lt;b&gt;Bootstrap&lt;/b&gt;&lt;br&gt;&lt;font size=&quot;1&quot;&gt;Rutina de despertar&lt;/font&gt;" style="rounded=1;whiteSpace=wrap;html=1;fillColor=#fce7f3;strokeColor=#f9a8d4;shadow=0;arcSize=12;fontSize=9;" vertex="1" parent="1">
          <mxGeometry x="775" y="623" width="120" height="35" as="geometry" />
        </mxCell>
        <mxCell id="soul_prompt" value="&lt;b&gt;System Prompt&lt;/b&gt;&lt;br&gt;&lt;font size=&quot;1&quot;&gt;Anti-Injection&lt;/font&gt;" style="rounded=1;whiteSpace=wrap;html=1;fillColor=#fce7f3;strokeColor=#f9a8d4;shadow=0;arcSize=12;fontSize=9;" vertex="1" parent="1">
          <mxGeometry x="905" y="623" width="120" height="35" as="geometry" />
        </mxCell>

        <!-- RESILIENCE -->
        <mxCell id="res_bg" value="" style="rounded=1;whiteSpace=wrap;html=1;fillColor=#ffffff;strokeColor=#ef4444;shadow=1;arcSize=8;strokeWidth=1;" vertex="1" parent="1">
          <mxGeometry x="1080" y="315" width="370" height="355" as="geometry" />
        </mxCell>
        <mxCell id="res_label" value="&lt;font color=&quot;#dc2626&quot;&gt;&lt;b&gt;RESILIENCIA&lt;/b&gt; — Producción&lt;/font&gt;" style="text;html=1;align=center;verticalAlign=middle;resizable=0;points=[];autosize=1;strokeColor=none;fillColor=none;fontSize=10;" vertex="1" parent="1">
          <mxGeometry x="1185" y="318" width="170" height="25" as="geometry" />
        </mxCell>

        <mxCell id="res_loop" value="&lt;b&gt;Tool Loop Detection&lt;/b&gt;&lt;br&gt;&lt;font size=&quot;1&quot;&gt;3 detectores&lt;br&gt;Circuit Breaker @30&lt;/font&gt;" style="rounded=1;whiteSpace=wrap;html=1;fillColor=#fef2f2;strokeColor=#fca5a5;shadow=0;arcSize=10;fontSize=9;" vertex="1" parent="1">
          <mxGeometry x="1095" y="350" width="160" height="50" as="geometry" />
        </mxCell>

        <mxCell id="res_fallback" value="&lt;b&gt;Model Fallback&lt;/b&gt;&lt;br&gt;&lt;font size=&quot;1&quot;&gt;Cooldown + Probe&lt;br&gt;Auth rotation&lt;/font&gt;" style="rounded=1;whiteSpace=wrap;html=1;fillColor=#fef2f2;strokeColor=#fca5a5;shadow=0;arcSize=10;fontSize=9;" vertex="1" parent="1">
          <mxGeometry x="1275" y="350" width="160" height="50" as="geometry" />
        </mxCell>

        <mxCell id="res_ctx" value="&lt;b&gt;Context Guard&lt;/b&gt;&lt;br&gt;&lt;font size=&quot;1&quot;&gt;Block &amp;lt;16k / Warn &amp;lt;32k&lt;/font&gt;" style="rounded=1;whiteSpace=wrap;html=1;fillColor=#fef2f2;strokeColor=#fca5a5;shadow=0;arcSize=10;fontSize=9;" vertex="1" parent="1">
          <mxGeometry x="1095" y="415" width="160" height="45" as="geometry" />
        </mxCell>

        <mxCell id="res_compact" value="&lt;b&gt;Compactación&lt;/b&gt;&lt;br&gt;&lt;font size=&quot;1&quot;&gt;Multi-stage summary&lt;br&gt;Token budgeting&lt;/font&gt;" style="rounded=1;whiteSpace=wrap;html=1;fillColor=#fef2f2;strokeColor=#fca5a5;shadow=0;arcSize=10;fontSize=9;" vertex="1" parent="1">
          <mxGeometry x="1275" y="415" width="160" height="45" as="geometry" />
        </mxCell>

        <mxCell id="res_circuit" value="&lt;b&gt;Circuit Breaker&lt;/b&gt;&lt;br&gt;&lt;font size=&quot;1&quot;&gt;Corta cloud si muchos errores&lt;/font&gt;" style="rounded=1;whiteSpace=wrap;html=1;fillColor=#fef2f2;strokeColor=#fca5a5;shadow=0;arcSize=10;fontSize=9;" vertex="1" parent="1">
          <mxGeometry x="1095" y="475" width="160" height="45" as="geometry" />
        </mxCell>

        <mxCell id="res_watchdog" value="&lt;b&gt;Watchdog&lt;/b&gt;&lt;br&gt;&lt;font size=&quot;1&quot;&gt;Auto-reinicio&lt;/font&gt;" style="rounded=1;whiteSpace=wrap;html=1;fillColor=#fef2f2;strokeColor=#fca5a5;shadow=0;arcSize=10;fontSize=9;" vertex="1" parent="1">
          <mxGeometry x="1275" y="475" width="160" height="45" as="geometry" />
        </mxCell>

        <mxCell id="res_policy" value="&lt;b&gt;Tool Policy Pipeline&lt;/b&gt;&lt;br&gt;&lt;font size=&quot;1&quot;&gt;Per-tool risk levels&lt;br&gt;Human approval&lt;/font&gt;" style="rounded=1;whiteSpace=wrap;html=1;fillColor=#fef2f2;strokeColor=#fca5a5;shadow=0;arcSize=10;fontSize=9;" vertex="1" parent="1">
          <mxGeometry x="1095" y="535" width="160" height="50" as="geometry" />
        </mxCell>

        <mxCell id="res_heartbeat" value="&lt;b&gt;Heartbeat / Cron&lt;/b&gt;&lt;br&gt;&lt;font size=&quot;1&quot;&gt;APScheduler&lt;br&gt;Iniciativa propia&lt;/font&gt;" style="rounded=1;whiteSpace=wrap;html=1;fillColor=#fef2f2;strokeColor=#fca5a5;shadow=0;arcSize=10;fontSize=9;" vertex="1" parent="1">
          <mxGeometry x="1275" y="535" width="160" height="50" as="geometry" />
        </mxCell>

        <mxCell id="res_eventbus" value="&lt;b&gt;Event Bus&lt;/b&gt;&lt;br&gt;&lt;font size=&quot;1&quot;&gt;Pub/Sub interno&lt;/font&gt;" style="rounded=1;whiteSpace=wrap;html=1;fillColor=#fef2f2;strokeColor=#fca5a5;shadow=0;arcSize=10;fontSize=9;" vertex="1" parent="1">
          <mxGeometry x="1095" y="600" width="160" height="40" as="geometry" />
        </mxCell>

        <mxCell id="res_workspace" value="&lt;b&gt;Workspace Mgmt&lt;/b&gt;&lt;br&gt;&lt;font size=&quot;1&quot;&gt;Write locks + Repair&lt;/font&gt;" style="rounded=1;whiteSpace=wrap;html=1;fillColor=#fef2f2;strokeColor=#fca5a5;shadow=0;arcSize=10;fontSize=9;" vertex="1" parent="1">
          <mxGeometry x="1275" y="600" width="160" height="40" as="geometry" />
        </mxCell>

        <!-- ==================== FRONTERA DE SEGURIDAD ==================== -->
-         <mxCell id="sec_border" value="&lt;font color=&quot;#dc2626&quot; style=&quot;font-size: 11px;&quot;&gt;🔒 FRONTERA DE SEGURIDAD — stdio (JSON-RPC 2.0) — Cruce de Procesos&lt;/font&gt;" style="text;html=1;align=center;verticalAlign=middle;resizable=0;points=[];autosize=1;strokeColor=none;fillColor=none;fontSize=11;fontStyle=1;" vertex="1" parent="1">
+         <mxCell id="sec_border" value="&lt;font color=&quot;#dc2626&quot; style=&quot;font-size: 11px;&quot;&gt;🔒 SECURITY BOUNDARY — stdio (JSON-RPC 2.0) — Process Crossing&lt;/font&gt;" style="text;html=1;align=center;verticalAlign=middle;resizable=0;points=[];autosize=1;strokeColor=none;fillColor=none;fontSize=11;fontStyle=1;" vertex="1" parent="1">
          <mxGeometry x="420" y="700" width="470" height="25" as="geometry" />
        </mxCell>
        <mxCell id="sec_line" value="" style="endArrow=none;html=1;strokeColor=#dc2626;strokeWidth=3;dashed=1;dashPattern=8 8;" edge="1" parent="1">
          <mxGeometry relative="1" as="geometry">
            <mxPoint x="200" y="715" as="sourcePoint" />
            <mxPoint x="1480" y="715" as="targetPoint" />
          </mxGeometry>
        </mxCell>

-         <!-- ==================== CAPA 3: AZULHANDS (SANDBOX MCP) ==================== -->
+         <!-- ==================== LAYER 3: AZULHANDS (MCP SANDBOX) ==================== -->
        <mxCell id="hands_bg" value="" style="rounded=1;whiteSpace=wrap;html=1;fillColor=#fef2f2;strokeColor=#dc2626;shadow=1;arcSize=6;strokeWidth=2;gradientColor=#fee2e2;gradientDirection=south;" vertex="1" parent="1">
          <mxGeometry x="200" y="730" width="910" height="170" as="geometry" />
        </mxCell>
-         <mxCell id="hands_label" value="&lt;font color=&quot;#dc2626&quot;&gt;✋ AZULHANDS — Proceso Hijo (Las Manos) — SANDBOX MCP&lt;/font&gt;" style="text;html=1;align=left;verticalAlign=middle;resizable=0;points=[];autosize=1;strokeColor=none;fillColor=none;fontSize=13;fontStyle=1;" vertex="1" parent="1">
+         <mxCell id="hands_label" value="&lt;font color=&quot;#dc2626&quot;&gt;✋ AZULHANDS — Child Process — MCP SANDBOX&lt;/font&gt;" style="text;html=1;align=left;verticalAlign=middle;resizable=0;points=[];autosize=1;strokeColor=none;fillColor=none;fontSize=13;fontStyle=1;" vertex="1" parent="1">
          <mxGeometry x="215" y="735" width="430" height="25" as="geometry" />
        </mxCell>
        <mxCell id="hands_note" value="&lt;font color=&quot;#666&quot;&gt;✅ Único proceso con acceso a: os, shutil, pathlib&lt;/font&gt;" style="text;html=1;align=right;verticalAlign=middle;resizable=0;points=[];autosize=1;strokeColor=none;fillColor=none;fontSize=9;fontStyle=2;" vertex="1" parent="1">
          <mxGeometry x="790" y="735" width="290" height="25" as="geometry" />
        </mxCell>

-         <mxCell id="hands_server" value="&lt;b&gt;mcp_server.py&lt;/b&gt;&lt;br&gt;&lt;font size=&quot;1&quot; color=&quot;#fecaca&quot;&gt;Servidor MCP STDIO&lt;br&gt;Expone Tools al Cerebro&lt;/font&gt;" style="rounded=1;whiteSpace=wrap;html=1;fillColor=#dc2626;fontColor=#ffffff;strokeColor=#b91c1c;shadow=1;arcSize=10;fontSize=11;" vertex="1" parent="1">
+         <mxCell id="hands_server" value="&lt;b&gt;mcp_server.py&lt;/b&gt;&lt;br&gt;&lt;font size=&quot;1&quot; color=&quot;#fecaca&quot;&gt;MCP STDIO server&lt;br&gt;Exposes tools to AzulBrain&lt;/font&gt;" style="rounded=1;whiteSpace=wrap;html=1;fillColor=#dc2626;fontColor=#ffffff;strokeColor=#b91c1c;shadow=1;arcSize=10;fontSize=11;" vertex="1" parent="1">
          <mxGeometry x="230" y="775" width="180" height="70" as="geometry" />
        </mxCell>

-         <mxCell id="hands_validator" value="&lt;b&gt;🔒 path_validator.py&lt;/b&gt;&lt;br&gt;&lt;font size=&quot;1&quot; color=&quot;#555&quot;&gt;Prevención Path Traversal&lt;br&gt;Jaula: ~/Desktop/AzulWorkspace&lt;br&gt;resolve() + startswith()&lt;/font&gt;" style="rounded=1;whiteSpace=wrap;html=1;fillColor=#ffffff;strokeColor=#dc2626;shadow=1;arcSize=10;fontSize=10;fontStyle=0;" vertex="1" parent="1">
+         <mxCell id="hands_validator" value="&lt;b&gt;🔒 path_validator.py&lt;/b&gt;&lt;br&gt;&lt;font size=&quot;1&quot; color=&quot;#555&quot;&gt;Path traversal prevention&lt;br&gt;Workspace: ~/Desktop/AzulWorkspace&lt;br&gt;resolve() + startswith()&lt;/font&gt;" style="rounded=1;whiteSpace=wrap;html=1;fillColor=#ffffff;strokeColor=#dc2626;shadow=1;arcSize=10;fontSize=10;fontStyle=0;" vertex="1" parent="1">
          <mxGeometry x="450" y="775" width="220" height="75" as="geometry" />
        </mxCell>

        <mxCell id="hands_tools" value="&lt;b&gt;Tools&lt;/b&gt;" style="rounded=1;whiteSpace=wrap;html=1;fillColor=#ffffff;strokeColor=#dc2626;shadow=1;arcSize=10;fontSize=11;verticalAlign=top;" vertex="1" parent="1">
          <mxGeometry x="710" y="770" width="170" height="85" as="geometry" />
        </mxCell>
        <mxCell id="tool1" value="list_workspace_files" style="rounded=1;whiteSpace=wrap;html=1;fillColor=#dcfce7;strokeColor=#86efac;fontSize=8;arcSize=12;" vertex="1" parent="1">
          <mxGeometry x="720" y="793" width="110" height="20" as="geometry" />
        </mxCell>
        <mxCell id="tool2" value="read_safe_file" style="rounded=1;whiteSpace=wrap;html=1;fillColor=#fef9c3;strokeColor=#fde68a;fontSize=8;arcSize=12;" vertex="1" parent="1">
          <mxGeometry x="720" y="816" width="110" height="20" as="geometry" />
        </mxCell>
        <mxCell id="tool3" value="move_safe_file ⚠️" style="rounded=1;whiteSpace=wrap;html=1;fillColor=#fef2f2;strokeColor=#fca5a5;fontSize=8;arcSize=12;fontStyle=1;" vertex="1" parent="1">
          <mxGeometry x="720" y="839" width="110" height="20" as="geometry" />
        </mxCell>

-         <!-- ==================== DISCO ==================== -->
+         <!-- ==================== DISK ==================== -->
        <mxCell id="disk" value="" style="shape=cylinder3;whiteSpace=wrap;html=1;boundedLbl=1;backgroundOutline=1;size=10;fillColor=#f3f4f6;strokeColor=#9ca3af;shadow=1;fontSize=11;" vertex="1" parent="1">
          <mxGeometry x="1200" y="748" width="160" height="130" as="geometry" />
        </mxCell>
-         <mxCell id="disk_label" value="&lt;b&gt;Disco del Usuario&lt;/b&gt;&lt;br&gt;&lt;br&gt;&lt;font size=&quot;1&quot; color=&quot;#666&quot;&gt;📁 ~/Desktop/AzulWorkspace&lt;br&gt;(Única carpeta accesible)&lt;/font&gt;" style="text;html=1;align=center;verticalAlign=middle;resizable=0;points=[];autosize=1;strokeColor=none;fillColor=none;fontSize=10;" vertex="1" parent="1">
+         <mxCell id="disk_label" value="&lt;b&gt;User Disk&lt;/b&gt;&lt;br&gt;&lt;br&gt;&lt;font size=&quot;1&quot; color=&quot;#666&quot;&gt;📁 ~/Desktop/AzulWorkspace&lt;br&gt;(Only accessible folder)&lt;/font&gt;" style="text;html=1;align=center;verticalAlign=middle;resizable=0;points=[];autosize=1;strokeColor=none;fillColor=none;fontSize=10;" vertex="1" parent="1">
          <mxGeometry x="1205" y="775" width="170" height="65" as="geometry" />
        </mxCell>

        <!-- ==================== FLECHAS ==================== -->
        <!-- User -> Azure Bot -->
        <mxCell id="a1" style="edgeStyle=orthogonalEdgeStyle;rounded=1;strokeColor=#0078D4;strokeWidth=2;exitX=1;exitY=0.5;exitDx=0;exitDy=0;" edge="1" source="user_box" target="az_bot_bg" parent="1">
          <mxGeometry relative="1" as="geometry" />
        </mxCell>
        <mxCell id="a1l" value="&lt;font color=&quot;#0078D4&quot; style=&quot;font-size:9px&quot;&gt;Chat&lt;/font&gt;" style="edgeLabel;html=1;align=center;" vertex="1" connectable="0" parent="a1">
          <mxGeometry relative="1" as="geometry"><mxPoint as="offset" /></mxGeometry>
        </mxCell>

        <!-- Azure Bot -> Launcher -->
        <mxCell id="a2" style="edgeStyle=orthogonalEdgeStyle;rounded=1;strokeColor=#0078D4;strokeWidth=2;" edge="1" source="az_bot_bg" target="entry_launcher" parent="1">
          <mxGeometry relative="1" as="geometry" />
        </mxCell>
        <mxCell id="a2l" value="&lt;font color=&quot;#0078D4&quot; style=&quot;font-size:9px&quot;&gt;HTTP :3978&lt;/font&gt;" style="edgeLabel;html=1;align=center;" vertex="1" connectable="0" parent="a2">
          <mxGeometry relative="1" as="geometry"><mxPoint as="offset" /></mxGeometry>
        </mxCell>

        <!-- Launcher -> Bot -->
        <mxCell id="a3" style="edgeStyle=orthogonalEdgeStyle;rounded=1;strokeColor=#059669;strokeWidth=2;" edge="1" source="entry_launcher" target="entry_bot" parent="1">
          <mxGeometry relative="1" as="geometry" />
        </mxCell>

        <!-- Bot -> Cortex S1 -->
        <mxCell id="a4" style="edgeStyle=orthogonalEdgeStyle;rounded=1;strokeColor=#059669;strokeWidth=2;" edge="1" source="entry_bot" target="cortex_s1" parent="1">
          <mxGeometry relative="1" as="geometry" />
        </mxCell>

        <!-- S1 -> S2 (Triage) -->
        <mxCell id="a5" style="edgeStyle=orthogonalEdgeStyle;rounded=1;strokeColor=#059669;strokeWidth=1;dashed=1;" edge="1" source="cortex_s1" target="cortex_s2" parent="1">
          <mxGeometry relative="1" as="geometry" />
        </mxCell>
        <mxCell id="a5l" value="&lt;font style=&quot;font-size:8px&quot; color=&quot;#059669&quot;&gt;Triage&lt;/font&gt;" style="edgeLabel;html=1;align=center;" vertex="1" connectable="0" parent="a5">
          <mxGeometry relative="1" as="geometry"><mxPoint as="offset" /></mxGeometry>
        </mxCell>

        <!-- S2 -> Azure OpenAI -->
        <mxCell id="a6" style="edgeStyle=orthogonalEdgeStyle;rounded=1;strokeColor=#0078D4;strokeWidth=2;dashed=1;" edge="1" source="cortex_s2" target="az_oai_bg" parent="1">
          <mxGeometry relative="1" as="geometry" />
        </mxCell>
        <mxCell id="a6l" value="&lt;font color=&quot;#0078D4&quot; style=&quot;font-size:9px&quot;&gt;API Call&lt;/font&gt;" style="edgeLabel;html=1;align=center;" vertex="1" connectable="0" parent="a6">
          <mxGeometry relative="1" as="geometry"><mxPoint as="offset" /></mxGeometry>
        </mxCell>

        <!-- S1 -> Ollama -->
        <mxCell id="a6b" style="edgeStyle=orthogonalEdgeStyle;rounded=1;strokeColor=#7c3aed;strokeWidth=2;dashed=1;" edge="1" source="cortex_s1" target="ollama_bg" parent="1">
          <mxGeometry relative="1" as="geometry">
            <Array as="points">
              <mxPoint x="505" y="310" />
              <mxPoint x="1110" y="310" />
            </Array>
          </mxGeometry>
        </mxCell>
        <mxCell id="a6bl" value="&lt;font color=&quot;#7c3aed&quot; style=&quot;font-size:9px&quot;&gt;Local API&lt;/font&gt;" style="edgeLabel;html=1;align=center;" vertex="1" connectable="0" parent="a6b">
          <mxGeometry relative="1" as="geometry"><mxPoint as="offset" /></mxGeometry>
        </mxCell>

        <!-- Plugin -> MCP Client -->
        <mxCell id="a7" style="edgeStyle=orthogonalEdgeStyle;rounded=1;strokeColor=#059669;strokeWidth=2;" edge="1" source="cortex_plugin" target="entry_mcpclient" parent="1">
          <mxGeometry relative="1" as="geometry" />
        </mxCell>

        <!-- MCP Client -> MCP Server (SECURITY BOUNDARY) -->
        <mxCell id="a8" style="edgeStyle=orthogonalEdgeStyle;rounded=1;strokeColor=#dc2626;strokeWidth=3;" edge="1" source="entry_mcpclient" target="hands_server" parent="1">
          <mxGeometry relative="1" as="geometry" />
        </mxCell>

        <!-- Server -> Validator -->
        <mxCell id="a9" style="edgeStyle=orthogonalEdgeStyle;rounded=1;strokeColor=#dc2626;strokeWidth=2;" edge="1" source="hands_server" target="hands_validator" parent="1">
          <mxGeometry relative="1" as="geometry" />
        </mxCell>

        <!-- Validator -> Tools -->
        <mxCell id="a10" style="edgeStyle=orthogonalEdgeStyle;rounded=1;strokeColor=#dc2626;strokeWidth=2;" edge="1" source="hands_validator" target="hands_tools" parent="1">
          <mxGeometry relative="1" as="geometry" />
        </mxCell>

        <!-- Tools -> Disk -->
        <mxCell id="a11" style="edgeStyle=orthogonalEdgeStyle;rounded=1;strokeColor=#6b7280;strokeWidth=2;" edge="1" source="hands_tools" target="disk" parent="1">
          <mxGeometry relative="1" as="geometry" />
        </mxCell>
        <mxCell id="a11l" value="&lt;font color=&quot;#6b7280&quot; style=&quot;font-size:9px&quot;&gt;os / shutil&lt;/font&gt;" style="edgeLabel;html=1;align=center;" vertex="1" connectable="0" parent="a11">
          <mxGeometry relative="1" as="geometry"><mxPoint as="offset" /></mxGeometry>
        </mxCell>

        <!-- Memory -> Azure Search -->
        <mxCell id="a12" style="edgeStyle=orthogonalEdgeStyle;rounded=1;strokeColor=#818cf8;strokeWidth=1;dashed=1;" edge="1" source="mem_semantic" target="az_search_bg" parent="1">
          <mxGeometry relative="1" as="geometry">
            <Array as="points">
              <mxPoint x="900" y="500" />
              <mxPoint x="750" y="500" />
              <mxPoint x="750" y="270" />
              <mxPoint x="710" y="270" />
            </Array>
          </mxGeometry>
        </mxCell>

        <!-- ==================== LEYENDA ==================== -->
        <mxCell id="legend_bg" value="" style="rounded=1;whiteSpace=wrap;html=1;fillColor=#ffffff;strokeColor=#d1d5db;shadow=1;arcSize=8;" vertex="1" parent="1">
          <mxGeometry x="1390" y="748" width="200" height="152" as="geometry" />
        </mxCell>
        <mxCell id="leg_title" value="&lt;b&gt;LEYENDA&lt;/b&gt;" style="text;html=1;align=center;verticalAlign=middle;resizable=0;points=[];autosize=1;strokeColor=none;fillColor=none;fontSize=11;" vertex="1" parent="1">
          <mxGeometry x="1450" y="752" width="80" height="25" as="geometry" />
        </mxCell>

        <mxCell id="l1" value="" style="rounded=1;whiteSpace=wrap;html=1;fillColor=#0078D4;strokeColor=none;" vertex="1" parent="1">
          <mxGeometry x="1405" y="785" width="18" height="12" as="geometry" />
        </mxCell>
        <mxCell id="l1t" value="Azure Cloud Services" style="text;html=1;align=left;verticalAlign=middle;resizable=0;points=[];autosize=1;strokeColor=none;fillColor=none;fontSize=9;" vertex="1" parent="1">
          <mxGeometry x="1430" y="780" width="120" height="25" as="geometry" />
        </mxCell>

        <mxCell id="l2" value="" style="rounded=1;whiteSpace=wrap;html=1;fillColor=#059669;strokeColor=none;" vertex="1" parent="1">
          <mxGeometry x="1405" y="808" width="18" height="12" as="geometry" />
        </mxCell>
        <mxCell id="l2t" value="AzulBrain (sin acceso a disco)" style="text;html=1;align=left;verticalAlign=middle;resizable=0;points=[];autosize=1;strokeColor=none;fillColor=none;fontSize=9;" vertex="1" parent="1">
          <mxGeometry x="1430" y="803" width="170" height="25" as="geometry" />
        </mxCell>

        <mxCell id="l3" value="" style="rounded=1;whiteSpace=wrap;html=1;fillColor=#dc2626;strokeColor=none;" vertex="1" parent="1">
          <mxGeometry x="1405" y="831" width="18" height="12" as="geometry" />
        </mxCell>
        <mxCell id="l3t" value="AzulHands (sandbox MCP)" style="text;html=1;align=left;verticalAlign=middle;resizable=0;points=[];autosize=1;strokeColor=none;fillColor=none;fontSize=9;" vertex="1" parent="1">
          <mxGeometry x="1430" y="826" width="140" height="25" as="geometry" />
        </mxCell>

        <mxCell id="l4" value="" style="endArrow=classic;html=1;strokeColor=#dc2626;strokeWidth=3;dashed=1;dashPattern=8 8;" edge="1" parent="1">
          <mxGeometry relative="1" as="geometry">
            <mxPoint x="1405" y="858" as="sourcePoint" />
            <mxPoint x="1425" y="858" as="targetPoint" />
          </mxGeometry>
        </mxCell>
-         <mxCell id="l4t" value="Frontera de Seguridad" style="text;html=1;align=left;verticalAlign=middle;resizable=0;points=[];autosize=1;strokeColor=none;fillColor=none;fontSize=9;" vertex="1" parent="1">
+         <mxCell id="l4t" value="Security boundary" style="text;html=1;align=left;verticalAlign=middle;resizable=0;points=[];autosize=1;strokeColor=none;fillColor=none;fontSize=9;" vertex="1" parent="1">
          <mxGeometry x="1430" y="847" width="120" height="25" as="geometry" />
        </mxCell>

        <mxCell id="l5" value="" style="rounded=1;whiteSpace=wrap;html=1;fillColor=#7c3aed;strokeColor=none;" vertex="1" parent="1">
          <mxGeometry x="1405" y="874" width="18" height="12" as="geometry" />
        </mxCell>
        <mxCell id="l5t" value="Ollama (Modelo local)" style="text;html=1;align=left;verticalAlign=middle;resizable=0;points=[];autosize=1;strokeColor=none;fillColor=none;fontSize=9;" vertex="1" parent="1">
          <mxGeometry x="1430" y="869" width="120" height="25" as="geometry" />
        </mxCell>

      </root>
    </mxGraphModel>
  </diagram>
</mxfile>

